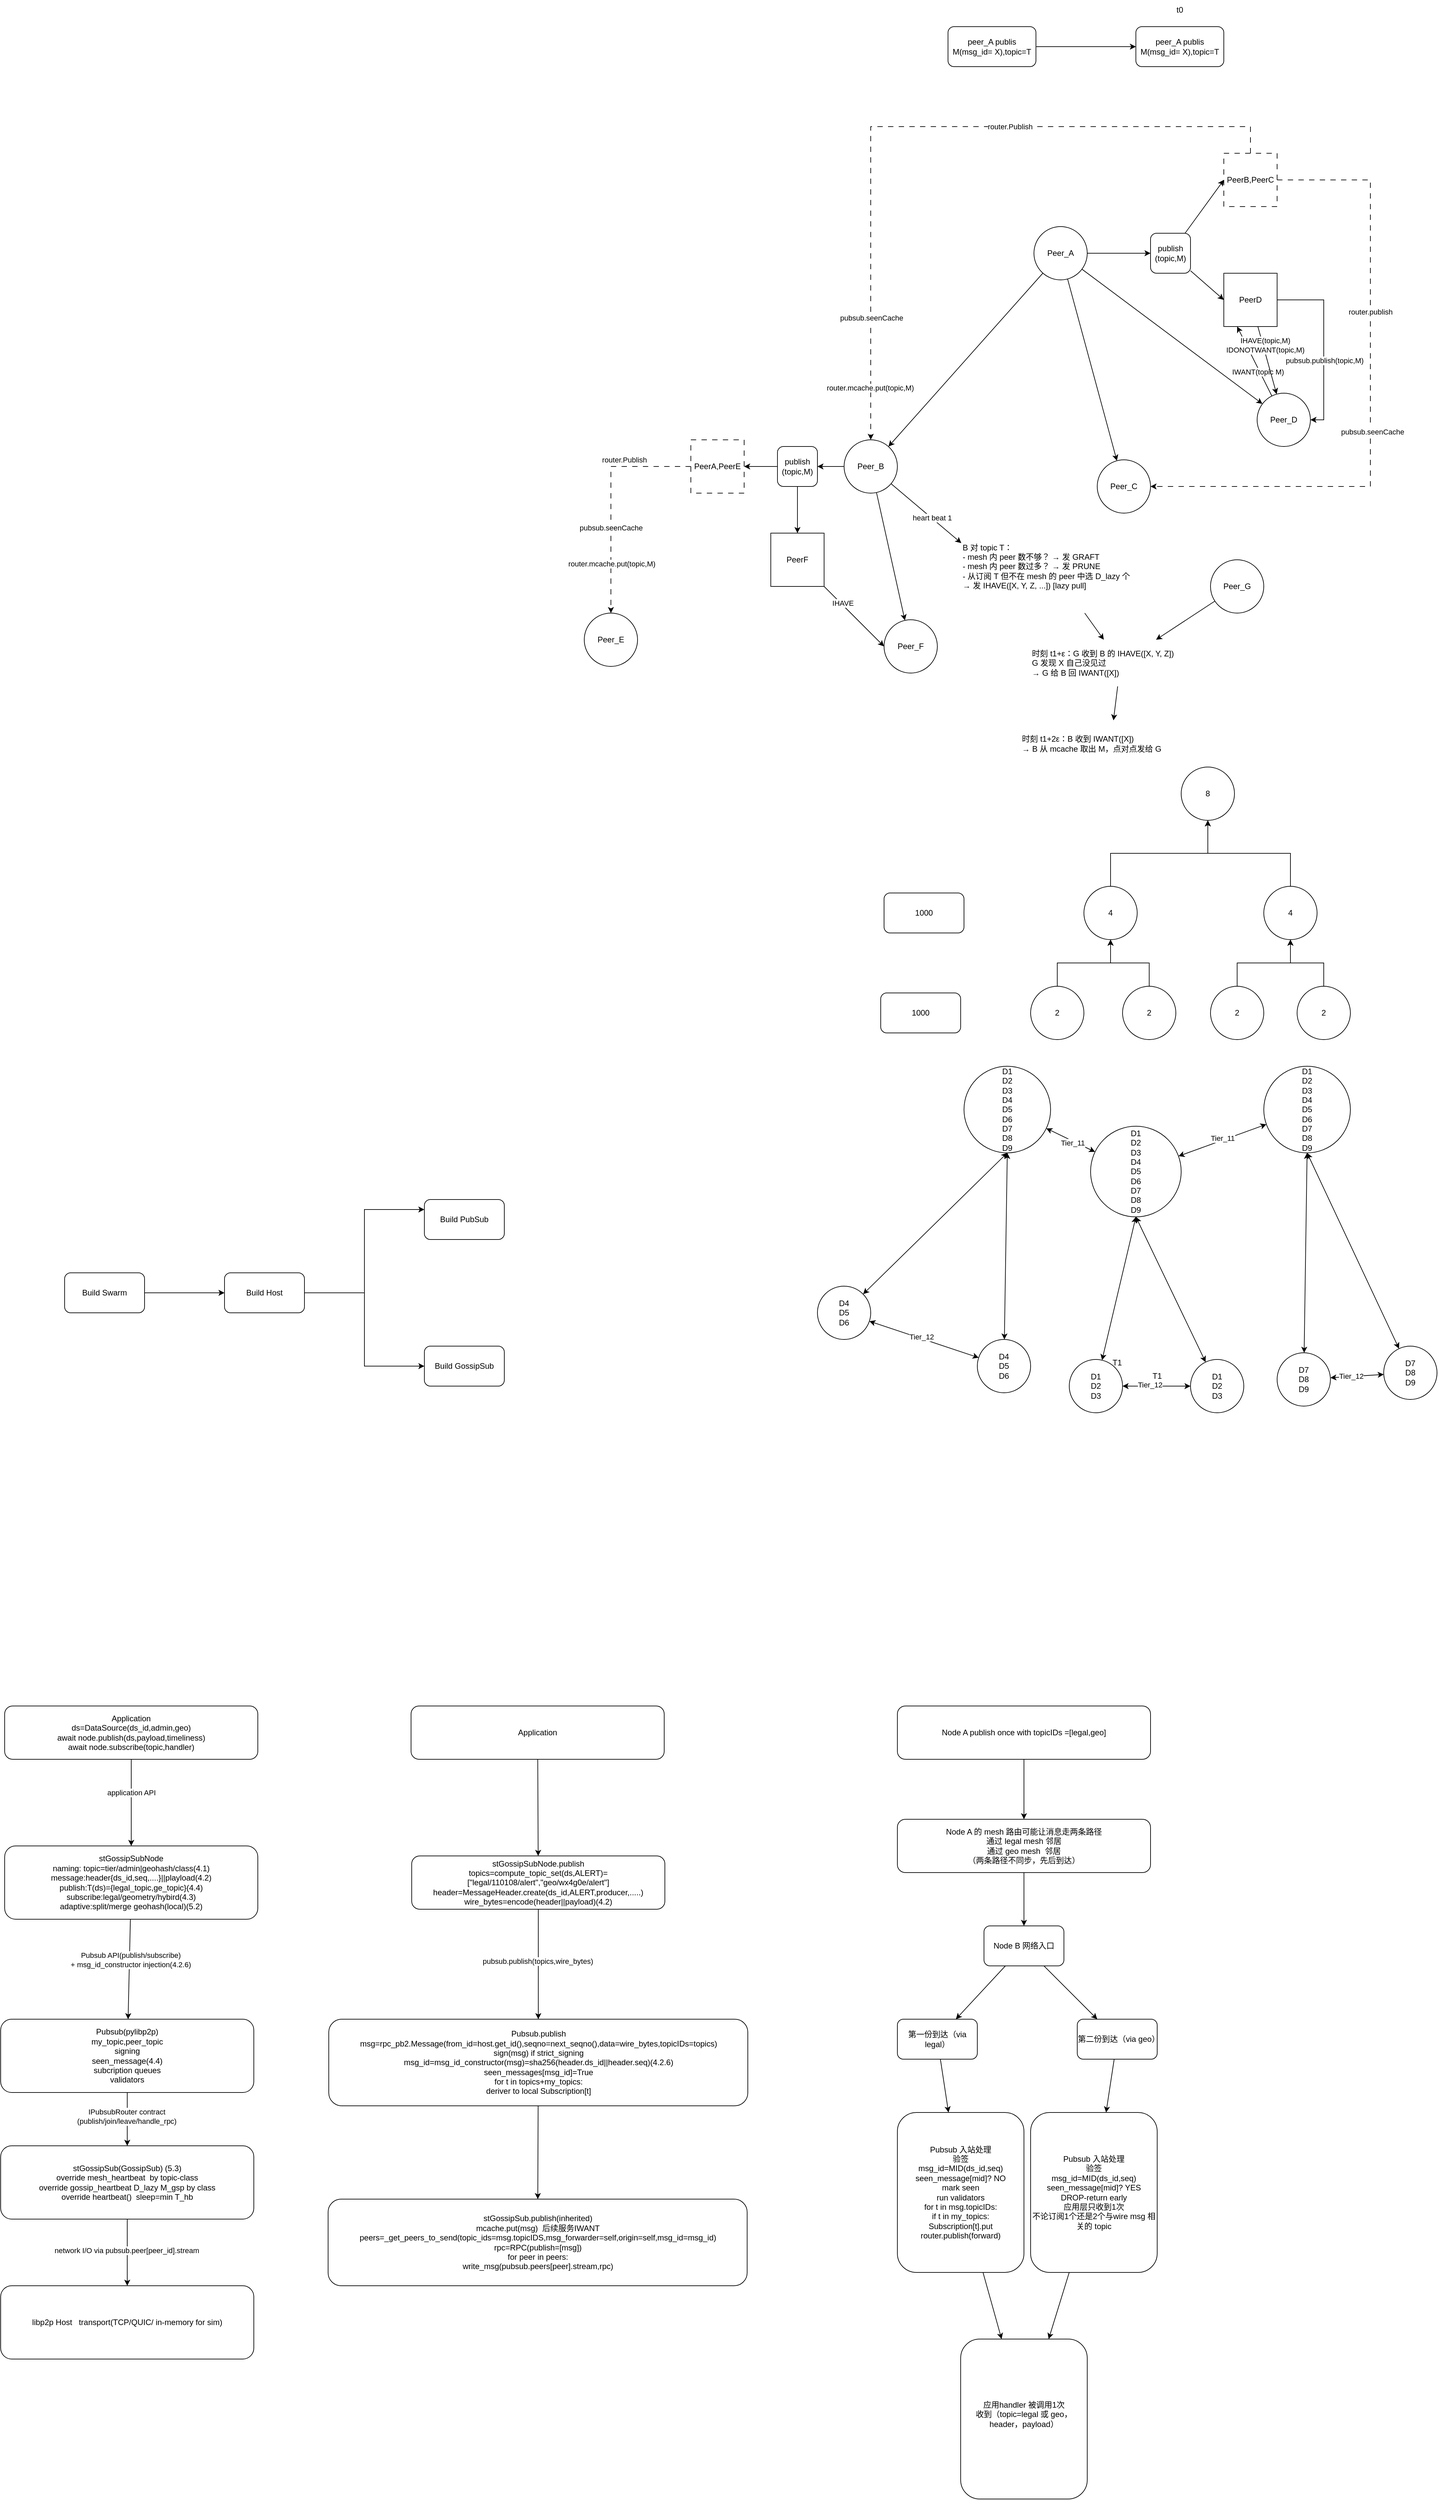
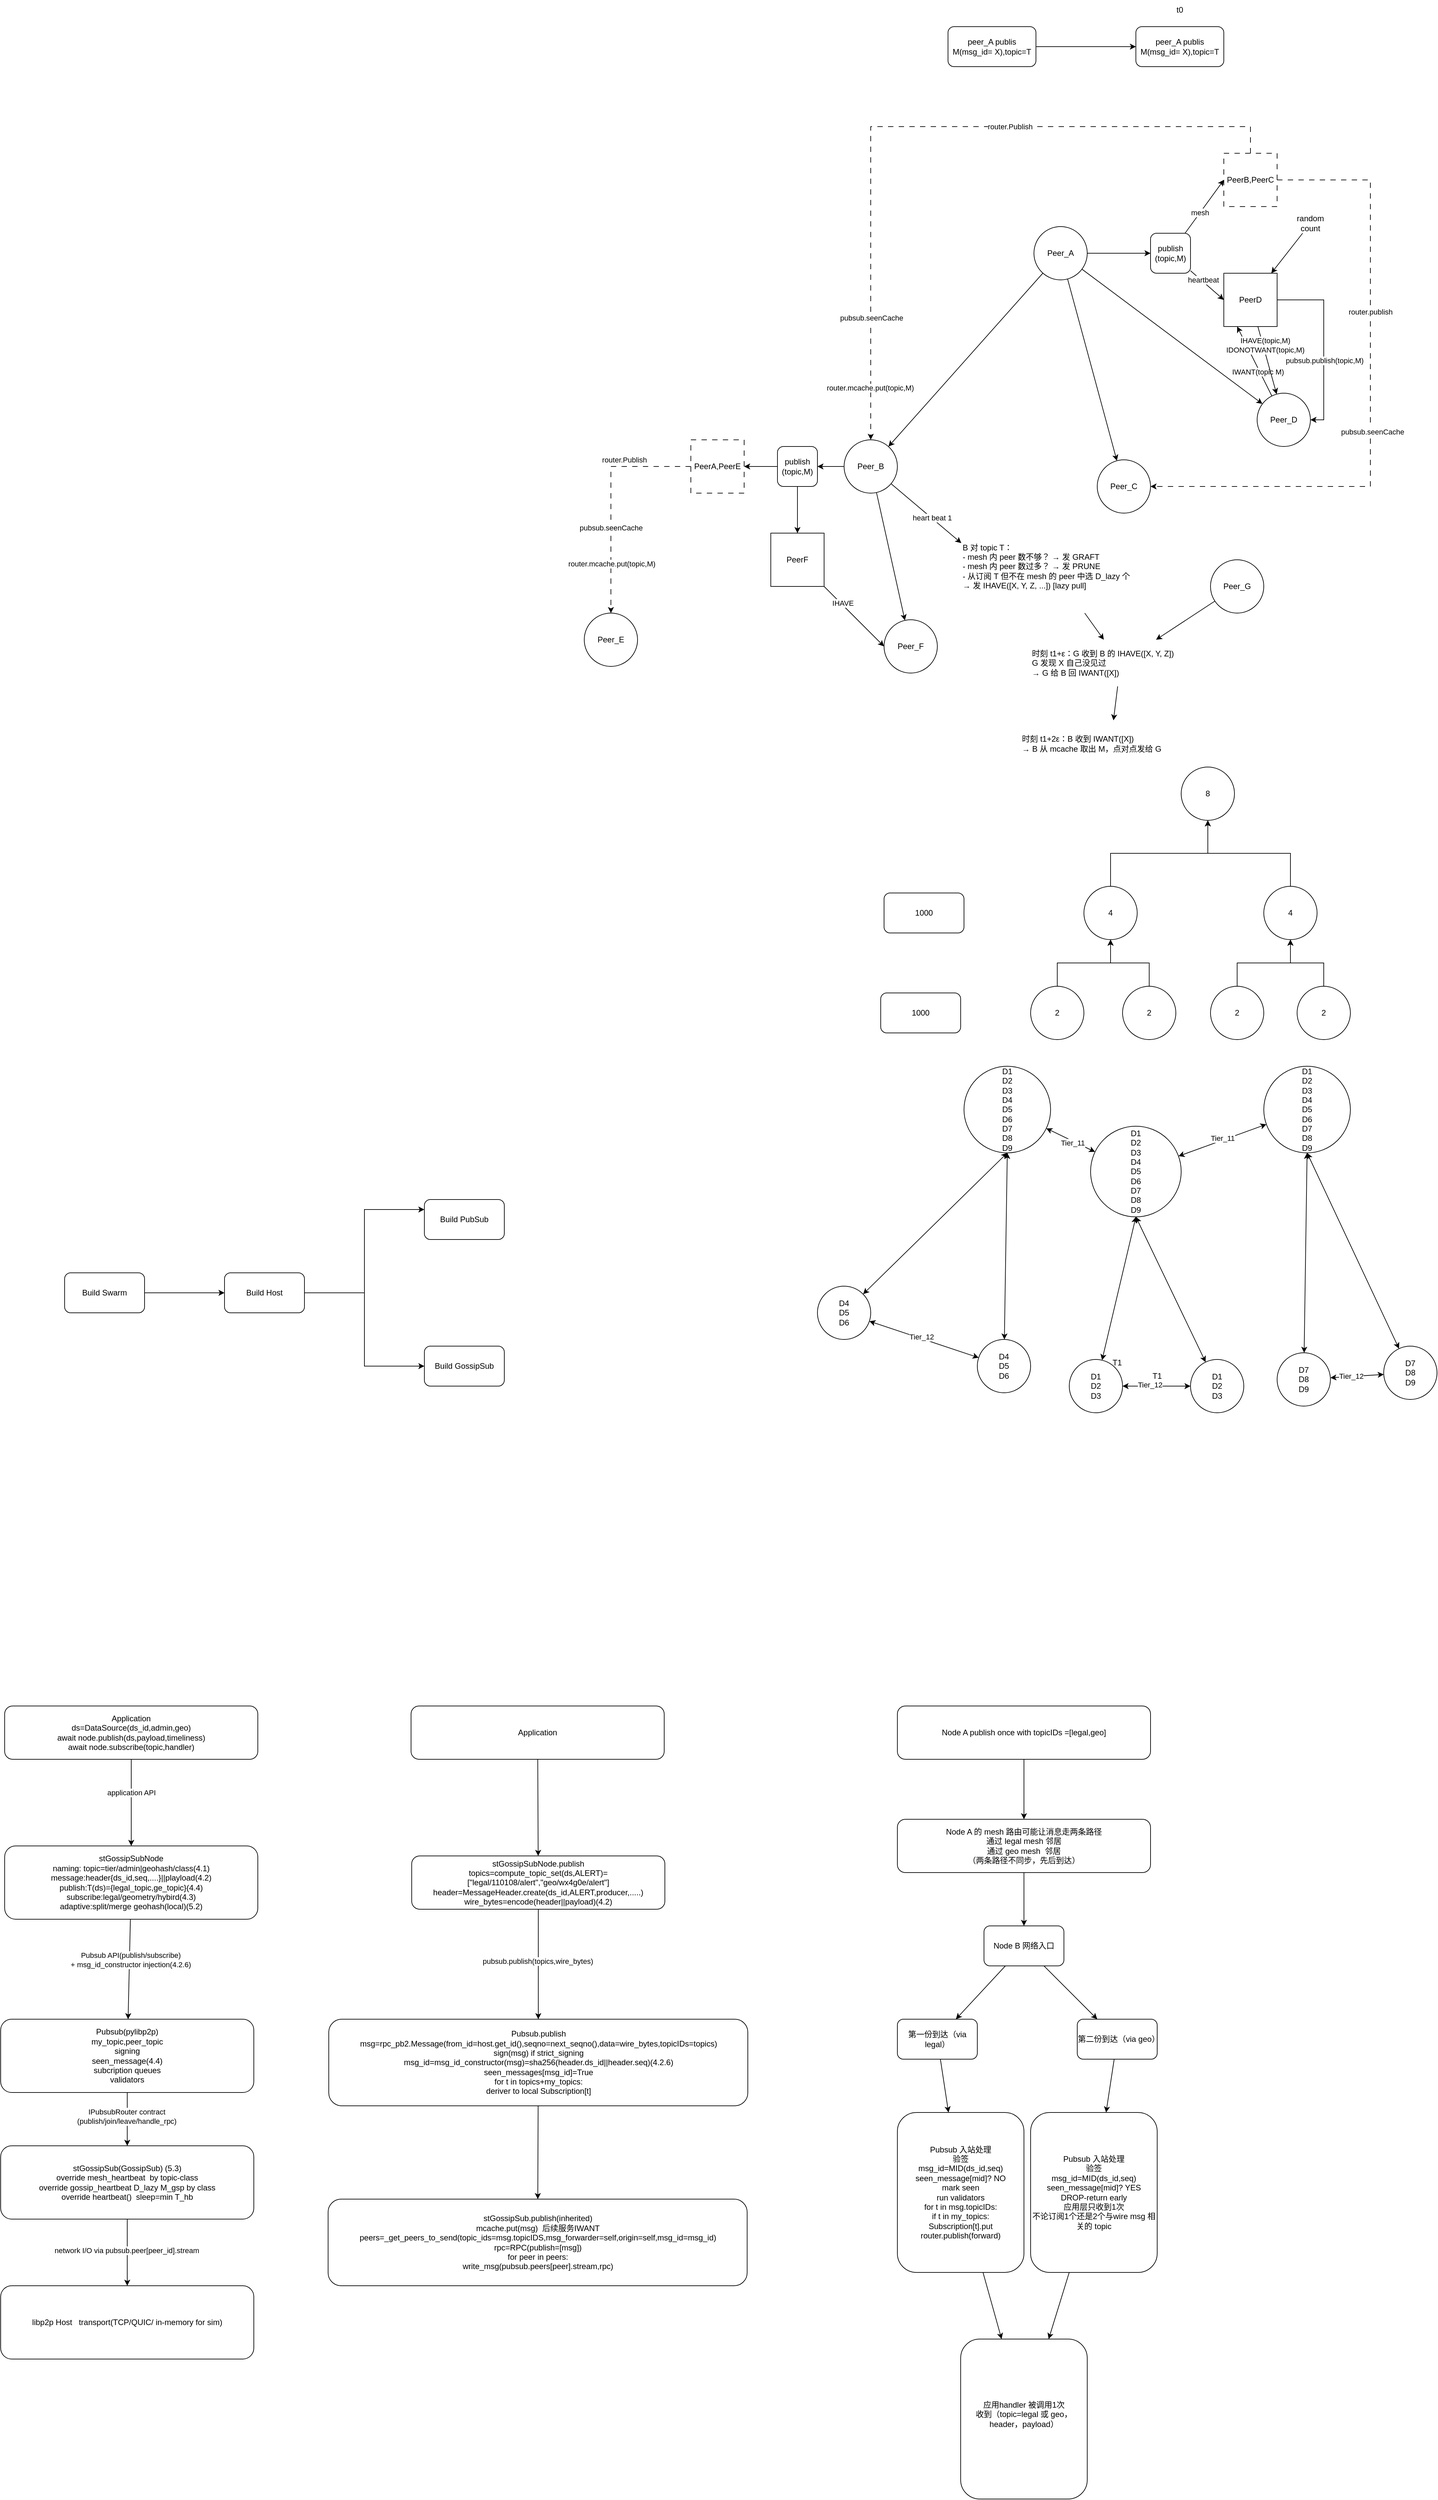
<mxfile host="app.diagrams.net">
  <diagram name="第 1 页" id="Y7FRODtDjuZDlIxHhOL5">
    <mxGraphModel dx="1768" dy="4456" grid="1" gridSize="10" guides="1" tooltips="1" connect="1" arrows="1" fold="1" page="1" pageScale="1" pageWidth="827" pageHeight="1169" math="0" shadow="0">
      <root>
        <mxCell id="0" />
        <mxCell id="1" parent="0" />
        <mxCell id="Awnmc_RR4j0BMAfR5ggK-3" edge="1" parent="1" source="Awnmc_RR4j0BMAfR5ggK-1" style="rounded=0;orthogonalLoop=1;jettySize=auto;html=1;" target="Awnmc_RR4j0BMAfR5ggK-2">
          <mxGeometry relative="1" as="geometry" />
        </mxCell>
        <mxCell id="Awnmc_RR4j0BMAfR5ggK-4" connectable="0" parent="Awnmc_RR4j0BMAfR5ggK-3" style="edgeLabel;html=1;align=center;verticalAlign=middle;resizable=0;points=[];" value="application API" vertex="1">
          <mxGeometry relative="1" x="-0.2308" as="geometry">
            <mxPoint as="offset" />
          </mxGeometry>
        </mxCell>
        <mxCell id="Awnmc_RR4j0BMAfR5ggK-1" parent="1" style="rounded=1;whiteSpace=wrap;html=1;" value="&lt;div&gt;Application&lt;/div&gt;&lt;div&gt;ds=DataSource(ds_id,admin,geo)&lt;/div&gt;&lt;div&gt;await node.publish(ds,payload,timeliness)&lt;/div&gt;&lt;div&gt;await node.subscribe(topic,handler)&lt;/div&gt;" vertex="1">
          <mxGeometry height="80" width="380" x="230" y="160" as="geometry" />
        </mxCell>
        <mxCell id="Awnmc_RR4j0BMAfR5ggK-6" edge="1" parent="1" source="Awnmc_RR4j0BMAfR5ggK-2" style="rounded=0;orthogonalLoop=1;jettySize=auto;html=1;" target="Awnmc_RR4j0BMAfR5ggK-5">
          <mxGeometry relative="1" as="geometry" />
        </mxCell>
        <mxCell id="Awnmc_RR4j0BMAfR5ggK-7" connectable="0" parent="Awnmc_RR4j0BMAfR5ggK-6" style="edgeLabel;html=1;align=center;verticalAlign=middle;resizable=0;points=[];" value="Pubsub API(publish/subscribe)&lt;br&gt;+ msg_id_constructor injection(4.2.6)" vertex="1">
          <mxGeometry relative="1" x="-0.1875" y="1" as="geometry">
            <mxPoint as="offset" />
          </mxGeometry>
        </mxCell>
        <mxCell id="Awnmc_RR4j0BMAfR5ggK-2" parent="1" style="rounded=1;whiteSpace=wrap;html=1;" value="&lt;div&gt;stGossipSubNode&lt;/div&gt;&lt;div&gt;naming: topic=tier/admin|geohash/class(4.1)&lt;br&gt;message:header{ds_id,seq,....}||playload(4.2)&lt;/div&gt;&lt;div&gt;publish:T(ds)={legal_topic,ge_topic}(4.4)&lt;br&gt;subscribe:legal/geometry/hybird(4.3)&lt;br&gt;adaptive:split/merge geohash(local)(5.2)&lt;/div&gt;" vertex="1">
          <mxGeometry height="110" width="380" x="230" y="370" as="geometry" />
        </mxCell>
        <mxCell id="Awnmc_RR4j0BMAfR5ggK-9" edge="1" parent="1" source="Awnmc_RR4j0BMAfR5ggK-5" style="edgeStyle=orthogonalEdgeStyle;rounded=0;orthogonalLoop=1;jettySize=auto;html=1;" target="Awnmc_RR4j0BMAfR5ggK-8">
          <mxGeometry relative="1" as="geometry" />
        </mxCell>
        <mxCell id="Awnmc_RR4j0BMAfR5ggK-10" connectable="0" parent="Awnmc_RR4j0BMAfR5ggK-9" style="edgeLabel;html=1;align=center;verticalAlign=middle;resizable=0;points=[];" value="IPubsubRouter contract&lt;br&gt;(publish/join/leave/handle_rpc)" vertex="1">
          <mxGeometry relative="1" x="-0.1" y="-1" as="geometry">
            <mxPoint as="offset" />
          </mxGeometry>
        </mxCell>
        <mxCell id="Awnmc_RR4j0BMAfR5ggK-5" parent="1" style="rounded=1;whiteSpace=wrap;html=1;" value="Pubsub(pylibp2p)&lt;br&gt;my_topic,peer_topic&lt;br&gt;signing&lt;br&gt;seen_message(4.4)&lt;br&gt;subcription queues&lt;br&gt;validators" vertex="1">
          <mxGeometry height="110" width="380" x="224" y="630" as="geometry" />
        </mxCell>
        <mxCell id="Awnmc_RR4j0BMAfR5ggK-12" edge="1" parent="1" source="Awnmc_RR4j0BMAfR5ggK-8" style="rounded=0;orthogonalLoop=1;jettySize=auto;html=1;" target="Awnmc_RR4j0BMAfR5ggK-11">
          <mxGeometry relative="1" as="geometry" />
        </mxCell>
        <mxCell id="Awnmc_RR4j0BMAfR5ggK-13" connectable="0" parent="Awnmc_RR4j0BMAfR5ggK-12" style="edgeLabel;html=1;align=center;verticalAlign=middle;resizable=0;points=[];" value="network I/O via pubsub.peer[peer_id].stream" vertex="1">
          <mxGeometry relative="1" x="-0.06" y="-1" as="geometry">
            <mxPoint as="offset" />
          </mxGeometry>
        </mxCell>
        <mxCell id="Awnmc_RR4j0BMAfR5ggK-8" parent="1" style="rounded=1;whiteSpace=wrap;html=1;" value="stGossipSub(GossipSub) (5.3)&lt;br&gt;override mesh_heartbeat&amp;nbsp; by topic-class&lt;br&gt;override gossip_heartbeat D_lazy M_gsp by class&lt;br&gt;override heartbeat()&amp;nbsp; sleep=min T_hb" vertex="1">
          <mxGeometry height="110" width="380" x="224" y="820" as="geometry" />
        </mxCell>
        <mxCell id="Awnmc_RR4j0BMAfR5ggK-11" parent="1" style="rounded=1;whiteSpace=wrap;html=1;" value="libp2p Host&amp;nbsp; &amp;nbsp;transport(TCP/QUIC/ in-memory for sim)" vertex="1">
          <mxGeometry height="110" width="380" x="224" y="1030" as="geometry" />
        </mxCell>
        <mxCell id="2yh1J4c5jMMJHeaXtM_8-4" edge="1" parent="1" source="2yh1J4c5jMMJHeaXtM_8-2" style="rounded=0;orthogonalLoop=1;jettySize=auto;html=1;" target="2yh1J4c5jMMJHeaXtM_8-3">
          <mxGeometry relative="1" as="geometry" />
        </mxCell>
        <mxCell id="2yh1J4c5jMMJHeaXtM_8-2" parent="1" style="rounded=1;whiteSpace=wrap;html=1;" value="&lt;div&gt;Application&lt;/div&gt;" vertex="1">
          <mxGeometry height="80" width="380" x="840" y="160" as="geometry" />
        </mxCell>
        <mxCell id="2yh1J4c5jMMJHeaXtM_8-6" edge="1" parent="1" source="2yh1J4c5jMMJHeaXtM_8-3" style="rounded=0;orthogonalLoop=1;jettySize=auto;html=1;" target="2yh1J4c5jMMJHeaXtM_8-5">
          <mxGeometry relative="1" as="geometry" />
        </mxCell>
        <mxCell id="2yh1J4c5jMMJHeaXtM_8-7" connectable="0" parent="2yh1J4c5jMMJHeaXtM_8-6" style="edgeLabel;html=1;align=center;verticalAlign=middle;resizable=0;points=[];" value="pubsub.publish(topics,wire_bytes)" vertex="1">
          <mxGeometry relative="1" x="-0.0533" y="-1" as="geometry">
            <mxPoint as="offset" />
          </mxGeometry>
        </mxCell>
        <mxCell id="2yh1J4c5jMMJHeaXtM_8-3" parent="1" style="rounded=1;whiteSpace=wrap;html=1;" value="stGossipSubNode.publish&lt;br&gt;topics=compute_topic_set(ds,ALERT)=[&quot;legal/110108/alert&quot;,&quot;geo/wx4g0e/alert&quot;]&lt;br&gt;header=MessageHeader.create(ds_id,ALERT,producer,.....)&lt;br&gt;wire_bytes=encode(header||payload)(4.2)" vertex="1">
          <mxGeometry height="80" width="380" x="841" y="385" as="geometry" />
        </mxCell>
        <mxCell id="2yh1J4c5jMMJHeaXtM_8-9" edge="1" parent="1" source="2yh1J4c5jMMJHeaXtM_8-5" style="rounded=0;orthogonalLoop=1;jettySize=auto;html=1;" target="2yh1J4c5jMMJHeaXtM_8-8">
          <mxGeometry relative="1" as="geometry" />
        </mxCell>
        <mxCell id="2yh1J4c5jMMJHeaXtM_8-5" parent="1" style="rounded=1;whiteSpace=wrap;html=1;" value="Pubsub.publish&lt;br&gt;msg=rpc_pb2.Message(from_id=host.get_id(),seqno=next_seqno(),data=wire_bytes,topicIDs=topics)&lt;br&gt;sign(msg) if strict_signing&lt;br&gt;msg_id=msg_id_constructor(msg)=sha256(header.ds_id||header.seq)(4.2.6)&lt;br&gt;seen_messages[msg_id]=True&lt;br&gt;&lt;div&gt;for t in topics+my_topics:&lt;/div&gt;&lt;div&gt;deriver to local Subscription[t]&lt;/div&gt;" vertex="1">
          <mxGeometry height="130" width="629" x="716.5" y="630" as="geometry" />
        </mxCell>
        <mxCell id="2yh1J4c5jMMJHeaXtM_8-8" parent="1" style="rounded=1;whiteSpace=wrap;html=1;" value="stGossipSub.publish(inherited)&lt;br&gt;mcache.put(msg)&amp;nbsp; 后续服务IWANT&lt;br&gt;peers=_get_peers_to_send(topic_ids=msg.topicIDS,msg_forwarder=self,origin=self,msg_id=msg_id)&lt;br&gt;rpc=RPC(publish=[msg])&lt;br&gt;&lt;div&gt;for peer in peers:&lt;/div&gt;&lt;div&gt;write_msg(pubsub.peers[peer].stream,rpc)&lt;/div&gt;" vertex="1">
          <mxGeometry height="130" width="629" x="715.5" y="900" as="geometry" />
        </mxCell>
        <mxCell id="2yh1J4c5jMMJHeaXtM_8-12" edge="1" parent="1" source="2yh1J4c5jMMJHeaXtM_8-10" style="edgeStyle=orthogonalEdgeStyle;rounded=0;orthogonalLoop=1;jettySize=auto;html=1;" target="2yh1J4c5jMMJHeaXtM_8-11">
          <mxGeometry relative="1" as="geometry" />
        </mxCell>
        <mxCell id="2yh1J4c5jMMJHeaXtM_8-10" parent="1" style="rounded=1;whiteSpace=wrap;html=1;" value="Node A publish once with topicIDs =[legal,geo]" vertex="1">
          <mxGeometry height="80" width="380" x="1570" y="160" as="geometry" />
        </mxCell>
        <mxCell id="2yh1J4c5jMMJHeaXtM_8-15" edge="1" parent="1" source="2yh1J4c5jMMJHeaXtM_8-11" style="rounded=0;orthogonalLoop=1;jettySize=auto;html=1;" target="2yh1J4c5jMMJHeaXtM_8-13">
          <mxGeometry relative="1" as="geometry" />
        </mxCell>
        <mxCell id="2yh1J4c5jMMJHeaXtM_8-11" parent="1" style="rounded=1;whiteSpace=wrap;html=1;" value="Node A 的 mesh 路由可能让消息走两条路径&lt;br&gt;通过 legal mesh 邻居&lt;br&gt;通过 geo mesh&amp;nbsp; 邻居&lt;br&gt;（两条路径不同步，先后到达）" vertex="1">
          <mxGeometry height="80" width="380" x="1570" y="330" as="geometry" />
        </mxCell>
        <mxCell id="2yh1J4c5jMMJHeaXtM_8-18" edge="1" parent="1" source="2yh1J4c5jMMJHeaXtM_8-13" style="rounded=0;orthogonalLoop=1;jettySize=auto;html=1;" target="2yh1J4c5jMMJHeaXtM_8-16">
          <mxGeometry relative="1" as="geometry" />
        </mxCell>
        <mxCell id="2yh1J4c5jMMJHeaXtM_8-19" edge="1" parent="1" source="2yh1J4c5jMMJHeaXtM_8-13" style="rounded=0;orthogonalLoop=1;jettySize=auto;html=1;" target="2yh1J4c5jMMJHeaXtM_8-17">
          <mxGeometry relative="1" as="geometry" />
        </mxCell>
        <mxCell id="2yh1J4c5jMMJHeaXtM_8-13" parent="1" style="rounded=1;whiteSpace=wrap;html=1;" value="Node B 网络入口" vertex="1">
          <mxGeometry height="60" width="120" x="1700" y="490" as="geometry" />
        </mxCell>
        <mxCell id="2yh1J4c5jMMJHeaXtM_8-21" edge="1" parent="1" source="2yh1J4c5jMMJHeaXtM_8-16" style="rounded=0;orthogonalLoop=1;jettySize=auto;html=1;" target="2yh1J4c5jMMJHeaXtM_8-20">
          <mxGeometry relative="1" as="geometry" />
        </mxCell>
        <mxCell id="2yh1J4c5jMMJHeaXtM_8-16" parent="1" style="rounded=1;whiteSpace=wrap;html=1;" value="第一份到达（via legal）" vertex="1">
          <mxGeometry height="60" width="120" x="1570" y="630" as="geometry" />
        </mxCell>
        <mxCell id="2yh1J4c5jMMJHeaXtM_8-23" edge="1" parent="1" source="2yh1J4c5jMMJHeaXtM_8-17" style="rounded=0;orthogonalLoop=1;jettySize=auto;html=1;" target="2yh1J4c5jMMJHeaXtM_8-22">
          <mxGeometry relative="1" as="geometry" />
        </mxCell>
        <mxCell id="2yh1J4c5jMMJHeaXtM_8-17" parent="1" style="rounded=1;whiteSpace=wrap;html=1;" value="第二份到达（via geo）" vertex="1">
          <mxGeometry height="60" width="120" x="1840" y="630" as="geometry" />
        </mxCell>
        <mxCell id="2yh1J4c5jMMJHeaXtM_8-25" edge="1" parent="1" source="2yh1J4c5jMMJHeaXtM_8-20" style="rounded=0;orthogonalLoop=1;jettySize=auto;html=1;" target="2yh1J4c5jMMJHeaXtM_8-24">
          <mxGeometry relative="1" as="geometry" />
        </mxCell>
        <mxCell id="2yh1J4c5jMMJHeaXtM_8-20" parent="1" style="rounded=1;whiteSpace=wrap;html=1;" value="Pubsub 入站处理&lt;br&gt;验签&lt;br&gt;msg_id=MID(ds_id,seq)&lt;br&gt;seen_message[mid]? NO&lt;br&gt;mark seen&lt;br&gt;run validators&lt;br&gt;&lt;div&gt;for t in msg.topicIDs:&lt;/div&gt;&lt;div&gt;if t in my_topics:&lt;/div&gt;&lt;div&gt;Subscription[t].put&lt;br&gt;router.publish(forward)&lt;/div&gt;" vertex="1">
          <mxGeometry height="240" width="190" x="1570" y="770" as="geometry" />
        </mxCell>
        <mxCell id="2yh1J4c5jMMJHeaXtM_8-26" edge="1" parent="1" source="2yh1J4c5jMMJHeaXtM_8-22" style="rounded=0;orthogonalLoop=1;jettySize=auto;html=1;" target="2yh1J4c5jMMJHeaXtM_8-24">
          <mxGeometry relative="1" as="geometry" />
        </mxCell>
        <mxCell id="2yh1J4c5jMMJHeaXtM_8-22" parent="1" style="rounded=1;whiteSpace=wrap;html=1;" value="Pubsub 入站处理&lt;br&gt;验签&lt;br&gt;msg_id=MID(ds_id,seq)&lt;br&gt;&lt;div&gt;seen_message[mid]? YES&lt;/div&gt;DROP-return early&lt;br&gt;应用层只收到1次&lt;br&gt;不论订阅1个还是2个与wire msg 相关的 topic" vertex="1">
          <mxGeometry height="240" width="190" x="1770" y="770" as="geometry" />
        </mxCell>
        <mxCell id="2yh1J4c5jMMJHeaXtM_8-24" parent="1" style="rounded=1;whiteSpace=wrap;html=1;" value="应用handler 被调用1次&lt;br&gt;收到（topic=legal 或 geo，header，payload）&lt;div&gt;&lt;br/&gt;&lt;/div&gt;" vertex="1">
          <mxGeometry height="240" width="190" x="1665" y="1110" as="geometry" />
        </mxCell>
        <mxCell id="0nZeBFnhmh2lzN9kRy4G-3" edge="1" parent="1" source="0nZeBFnhmh2lzN9kRy4G-1" style="edgeStyle=orthogonalEdgeStyle;rounded=0;orthogonalLoop=1;jettySize=auto;html=1;" target="0nZeBFnhmh2lzN9kRy4G-2">
          <mxGeometry relative="1" as="geometry" />
        </mxCell>
        <mxCell id="0nZeBFnhmh2lzN9kRy4G-1" parent="1" style="rounded=1;whiteSpace=wrap;html=1;" value="&lt;div&gt;Build Swarm&lt;/div&gt;" vertex="1">
          <mxGeometry height="60" width="120" x="320" y="-490" as="geometry" />
        </mxCell>
        <mxCell id="0nZeBFnhmh2lzN9kRy4G-6" edge="1" parent="1" source="0nZeBFnhmh2lzN9kRy4G-2" style="edgeStyle=orthogonalEdgeStyle;rounded=0;orthogonalLoop=1;jettySize=auto;html=1;entryX=0;entryY=0.25;entryDx=0;entryDy=0;" target="0nZeBFnhmh2lzN9kRy4G-4">
          <mxGeometry relative="1" as="geometry" />
        </mxCell>
        <mxCell id="0nZeBFnhmh2lzN9kRy4G-7" edge="1" parent="1" source="0nZeBFnhmh2lzN9kRy4G-2" style="edgeStyle=orthogonalEdgeStyle;rounded=0;orthogonalLoop=1;jettySize=auto;html=1;entryX=0;entryY=0.5;entryDx=0;entryDy=0;" target="0nZeBFnhmh2lzN9kRy4G-5">
          <mxGeometry relative="1" as="geometry" />
        </mxCell>
        <mxCell id="0nZeBFnhmh2lzN9kRy4G-2" parent="1" style="rounded=1;whiteSpace=wrap;html=1;" value="&lt;div&gt;Build Host&lt;/div&gt;" vertex="1">
          <mxGeometry height="60" width="120" x="560" y="-490" as="geometry" />
        </mxCell>
        <mxCell id="0nZeBFnhmh2lzN9kRy4G-4" parent="1" style="rounded=1;whiteSpace=wrap;html=1;" value="Build PubSub" vertex="1">
          <mxGeometry height="60" width="120" x="860" y="-600" as="geometry" />
        </mxCell>
        <mxCell id="0nZeBFnhmh2lzN9kRy4G-5" parent="1" style="rounded=1;whiteSpace=wrap;html=1;" value="Build GossipSub" vertex="1">
          <mxGeometry height="60" width="120" x="860" y="-380" as="geometry" />
        </mxCell>
        <mxCell id="9GGF2aMmn3-psWDLey7v-12" edge="1" parent="1" source="9GGF2aMmn3-psWDLey7v-10" style="rounded=0;orthogonalLoop=1;jettySize=auto;html=1;startArrow=classic;startFill=1;" target="9GGF2aMmn3-psWDLey7v-11">
          <mxGeometry relative="1" as="geometry" />
        </mxCell>
        <mxCell id="9GGF2aMmn3-psWDLey7v-26" connectable="0" parent="9GGF2aMmn3-psWDLey7v-12" style="edgeLabel;html=1;align=center;verticalAlign=middle;resizable=0;points=[];" value="Tier_12" vertex="1">
          <mxGeometry relative="1" x="-0.2026" y="2" as="geometry">
            <mxPoint as="offset" />
          </mxGeometry>
        </mxCell>
        <mxCell id="9GGF2aMmn3-psWDLey7v-8" parent="1" style="text;html=1;whiteSpace=wrap;strokeColor=none;fillColor=none;align=center;verticalAlign=middle;rounded=0;" value="&lt;div&gt;T1&lt;/div&gt;" vertex="1">
          <mxGeometry height="30" width="60" x="1870" y="-370" as="geometry" />
        </mxCell>
        <mxCell id="9GGF2aMmn3-psWDLey7v-10" parent="1" style="ellipse;whiteSpace=wrap;html=1;aspect=fixed;" value="&lt;div&gt;D1&lt;/div&gt;&lt;div&gt;D2&lt;/div&gt;&lt;div&gt;D3&lt;/div&gt;" vertex="1">
          <mxGeometry height="80" width="80" x="1828" y="-360" as="geometry" />
        </mxCell>
        <mxCell id="9GGF2aMmn3-psWDLey7v-9" parent="1" style="text;html=1;whiteSpace=wrap;strokeColor=none;fillColor=none;align=center;verticalAlign=middle;rounded=0;" value="&lt;div&gt;T1&lt;/div&gt;" vertex="1">
          <mxGeometry height="30" width="60" x="1930" y="-350" as="geometry" />
        </mxCell>
        <mxCell id="9GGF2aMmn3-psWDLey7v-11" parent="1" style="ellipse;whiteSpace=wrap;html=1;aspect=fixed;" value="&lt;div&gt;D1&lt;/div&gt;&lt;div&gt;D2&lt;/div&gt;&lt;div&gt;D3&lt;/div&gt;" vertex="1">
          <mxGeometry height="80" width="80" x="2010" y="-360" as="geometry" />
        </mxCell>
        <mxCell id="9GGF2aMmn3-psWDLey7v-15" edge="1" parent="1" source="9GGF2aMmn3-psWDLey7v-13" style="rounded=0;orthogonalLoop=1;jettySize=auto;html=1;startArrow=classic;startFill=1;" target="9GGF2aMmn3-psWDLey7v-14">
          <mxGeometry relative="1" as="geometry" />
        </mxCell>
        <mxCell id="9GGF2aMmn3-psWDLey7v-25" connectable="0" parent="9GGF2aMmn3-psWDLey7v-15" style="edgeLabel;html=1;align=center;verticalAlign=middle;resizable=0;points=[];" value="Tier_12" vertex="1">
          <mxGeometry relative="1" x="-0.0552" y="3" as="geometry">
            <mxPoint as="offset" />
          </mxGeometry>
        </mxCell>
        <mxCell id="9GGF2aMmn3-psWDLey7v-17" edge="1" parent="1" source="9GGF2aMmn3-psWDLey7v-13" style="rounded=0;orthogonalLoop=1;jettySize=auto;html=1;entryX=0.5;entryY=1;entryDx=0;entryDy=0;startArrow=classic;startFill=1;" target="9GGF2aMmn3-psWDLey7v-23">
          <mxGeometry relative="1" as="geometry" />
        </mxCell>
        <mxCell id="9GGF2aMmn3-psWDLey7v-13" parent="1" style="ellipse;whiteSpace=wrap;html=1;aspect=fixed;" value="&lt;div&gt;D4&lt;/div&gt;&lt;div&gt;D5&lt;/div&gt;&lt;div&gt;D6&lt;/div&gt;" vertex="1">
          <mxGeometry height="80" width="80" x="1450" y="-470" as="geometry" />
        </mxCell>
        <mxCell id="9GGF2aMmn3-psWDLey7v-14" parent="1" style="ellipse;whiteSpace=wrap;html=1;aspect=fixed;" value="&lt;div&gt;D4&lt;/div&gt;&lt;div&gt;D5&lt;/div&gt;&lt;div&gt;D6&lt;/div&gt;" vertex="1">
          <mxGeometry height="80" width="80" x="1690" y="-390" as="geometry" />
        </mxCell>
        <mxCell id="9GGF2aMmn3-psWDLey7v-18" edge="1" parent="1" source="9GGF2aMmn3-psWDLey7v-23" style="rounded=0;orthogonalLoop=1;jettySize=auto;html=1;startArrow=classic;startFill=1;exitX=0.5;exitY=1;exitDx=0;exitDy=0;" target="9GGF2aMmn3-psWDLey7v-14">
          <mxGeometry relative="1" as="geometry" />
        </mxCell>
        <mxCell id="9GGF2aMmn3-psWDLey7v-19" edge="1" parent="1" source="9GGF2aMmn3-psWDLey7v-16" style="rounded=0;orthogonalLoop=1;jettySize=auto;html=1;startArrow=classic;startFill=1;exitX=0.5;exitY=1;exitDx=0;exitDy=0;" target="9GGF2aMmn3-psWDLey7v-10">
          <mxGeometry relative="1" as="geometry" />
        </mxCell>
        <mxCell id="9GGF2aMmn3-psWDLey7v-20" edge="1" parent="1" source="9GGF2aMmn3-psWDLey7v-16" style="rounded=0;orthogonalLoop=1;jettySize=auto;html=1;startArrow=classic;startFill=1;exitX=0.5;exitY=1;exitDx=0;exitDy=0;" target="9GGF2aMmn3-psWDLey7v-11">
          <mxGeometry relative="1" as="geometry" />
        </mxCell>
        <mxCell id="9GGF2aMmn3-psWDLey7v-22" edge="1" parent="1" source="9GGF2aMmn3-psWDLey7v-16" style="rounded=0;orthogonalLoop=1;jettySize=auto;html=1;startArrow=classic;startFill=1;" target="9GGF2aMmn3-psWDLey7v-21">
          <mxGeometry relative="1" as="geometry" />
        </mxCell>
        <mxCell id="9GGF2aMmn3-psWDLey7v-28" connectable="0" parent="9GGF2aMmn3-psWDLey7v-22" style="edgeLabel;html=1;align=center;verticalAlign=middle;resizable=0;points=[];" value="Tier_11" vertex="1">
          <mxGeometry relative="1" x="0.0194" y="3" as="geometry">
            <mxPoint as="offset" />
          </mxGeometry>
        </mxCell>
        <mxCell id="9GGF2aMmn3-psWDLey7v-24" edge="1" parent="1" source="9GGF2aMmn3-psWDLey7v-16" style="rounded=0;orthogonalLoop=1;jettySize=auto;html=1;startArrow=classic;startFill=1;" target="9GGF2aMmn3-psWDLey7v-23">
          <mxGeometry relative="1" as="geometry" />
        </mxCell>
        <mxCell id="9GGF2aMmn3-psWDLey7v-27" connectable="0" parent="9GGF2aMmn3-psWDLey7v-24" style="edgeLabel;html=1;align=center;verticalAlign=middle;resizable=0;points=[];" value="Tier_11" vertex="1">
          <mxGeometry relative="1" x="-0.0913" y="2" as="geometry">
            <mxPoint y="1" as="offset" />
          </mxGeometry>
        </mxCell>
        <mxCell id="9GGF2aMmn3-psWDLey7v-16" parent="1" style="ellipse;whiteSpace=wrap;html=1;aspect=fixed;" value="&lt;div&gt;D1&lt;/div&gt;&lt;div&gt;D2&lt;/div&gt;&lt;div&gt;D3&lt;/div&gt;&lt;div&gt;D4&lt;/div&gt;&lt;div&gt;D5&lt;/div&gt;&lt;div&gt;D6&lt;/div&gt;&lt;div&gt;D7&lt;/div&gt;&lt;div&gt;D8&lt;/div&gt;&lt;div&gt;D9&lt;/div&gt;" vertex="1">
          <mxGeometry height="136" width="136" x="1860" y="-710" as="geometry" />
        </mxCell>
        <mxCell id="9GGF2aMmn3-psWDLey7v-33" edge="1" parent="1" source="9GGF2aMmn3-psWDLey7v-21" style="rounded=0;orthogonalLoop=1;jettySize=auto;html=1;startArrow=classic;startFill=1;exitX=0.5;exitY=1;exitDx=0;exitDy=0;" target="9GGF2aMmn3-psWDLey7v-30">
          <mxGeometry relative="1" as="geometry" />
        </mxCell>
        <mxCell id="9GGF2aMmn3-psWDLey7v-21" parent="1" style="ellipse;whiteSpace=wrap;html=1;aspect=fixed;" value="&lt;div&gt;D1&lt;/div&gt;&lt;div&gt;D2&lt;/div&gt;&lt;div&gt;D3&lt;/div&gt;&lt;div&gt;D4&lt;/div&gt;&lt;div&gt;D5&lt;/div&gt;&lt;div&gt;D6&lt;/div&gt;&lt;div&gt;D7&lt;/div&gt;&lt;div&gt;D8&lt;/div&gt;&lt;div&gt;D9&lt;/div&gt;" vertex="1">
          <mxGeometry height="130" width="130" x="2120" y="-800" as="geometry" />
        </mxCell>
        <mxCell id="9GGF2aMmn3-psWDLey7v-23" parent="1" style="ellipse;whiteSpace=wrap;html=1;aspect=fixed;" value="&lt;div&gt;D1&lt;/div&gt;&lt;div&gt;D2&lt;/div&gt;&lt;div&gt;D3&lt;/div&gt;&lt;div&gt;D4&lt;/div&gt;&lt;div&gt;D5&lt;/div&gt;&lt;div&gt;D6&lt;/div&gt;&lt;div&gt;D7&lt;/div&gt;&lt;div&gt;D8&lt;br&gt;D9&lt;/div&gt;" vertex="1">
          <mxGeometry height="130" width="130" x="1670" y="-800" as="geometry" />
        </mxCell>
        <mxCell id="9GGF2aMmn3-psWDLey7v-31" edge="1" parent="1" source="9GGF2aMmn3-psWDLey7v-29" style="rounded=0;orthogonalLoop=1;jettySize=auto;html=1;startArrow=classic;startFill=1;" target="9GGF2aMmn3-psWDLey7v-30">
          <mxGeometry relative="1" as="geometry" />
        </mxCell>
        <mxCell id="9GGF2aMmn3-psWDLey7v-34" connectable="0" parent="9GGF2aMmn3-psWDLey7v-31" style="edgeLabel;html=1;align=center;verticalAlign=middle;resizable=0;points=[];" value="Tier_12" vertex="1">
          <mxGeometry relative="1" x="-0.2397" y="1" as="geometry">
            <mxPoint as="offset" />
          </mxGeometry>
        </mxCell>
        <mxCell id="9GGF2aMmn3-psWDLey7v-32" edge="1" parent="1" source="9GGF2aMmn3-psWDLey7v-29" style="rounded=0;orthogonalLoop=1;jettySize=auto;html=1;entryX=0.5;entryY=1;entryDx=0;entryDy=0;startArrow=classic;startFill=1;" target="9GGF2aMmn3-psWDLey7v-21">
          <mxGeometry relative="1" as="geometry" />
        </mxCell>
        <mxCell id="9GGF2aMmn3-psWDLey7v-29" parent="1" style="ellipse;whiteSpace=wrap;html=1;aspect=fixed;" value="&lt;div&gt;D7&lt;/div&gt;&lt;div&gt;D8&lt;/div&gt;&lt;div&gt;D9&lt;/div&gt;" vertex="1">
          <mxGeometry height="80" width="80" x="2140" y="-370" as="geometry" />
        </mxCell>
        <mxCell id="9GGF2aMmn3-psWDLey7v-30" parent="1" style="ellipse;whiteSpace=wrap;html=1;aspect=fixed;" value="&lt;div&gt;D7&lt;/div&gt;&lt;div&gt;D8&lt;/div&gt;&lt;div&gt;D9&lt;/div&gt;" vertex="1">
          <mxGeometry height="80" width="80" x="2300" y="-380" as="geometry" />
        </mxCell>
        <mxCell id="9GGF2aMmn3-psWDLey7v-42" edge="1" parent="1" source="9GGF2aMmn3-psWDLey7v-36" style="edgeStyle=orthogonalEdgeStyle;rounded=0;orthogonalLoop=1;jettySize=auto;html=1;entryX=0.5;entryY=1;entryDx=0;entryDy=0;" target="9GGF2aMmn3-psWDLey7v-40">
          <mxGeometry relative="1" as="geometry" />
        </mxCell>
        <mxCell id="9GGF2aMmn3-psWDLey7v-36" parent="1" style="ellipse;whiteSpace=wrap;html=1;aspect=fixed;" value="2" vertex="1">
          <mxGeometry height="80" width="80" x="1908" y="-920" as="geometry" />
        </mxCell>
        <mxCell id="9GGF2aMmn3-psWDLey7v-44" edge="1" parent="1" source="9GGF2aMmn3-psWDLey7v-37" style="edgeStyle=orthogonalEdgeStyle;rounded=0;orthogonalLoop=1;jettySize=auto;html=1;entryX=0.5;entryY=1;entryDx=0;entryDy=0;" target="9GGF2aMmn3-psWDLey7v-43">
          <mxGeometry relative="1" as="geometry" />
        </mxCell>
        <mxCell id="9GGF2aMmn3-psWDLey7v-37" parent="1" style="ellipse;whiteSpace=wrap;html=1;aspect=fixed;" value="2" vertex="1">
          <mxGeometry height="80" width="80" x="2040" y="-920" as="geometry" />
        </mxCell>
        <mxCell id="9GGF2aMmn3-psWDLey7v-45" edge="1" parent="1" source="9GGF2aMmn3-psWDLey7v-38" style="edgeStyle=orthogonalEdgeStyle;rounded=0;orthogonalLoop=1;jettySize=auto;html=1;entryX=0.5;entryY=1;entryDx=0;entryDy=0;" target="9GGF2aMmn3-psWDLey7v-43">
          <mxGeometry relative="1" as="geometry" />
        </mxCell>
        <mxCell id="9GGF2aMmn3-psWDLey7v-38" parent="1" style="ellipse;whiteSpace=wrap;html=1;aspect=fixed;" value="2" vertex="1">
          <mxGeometry height="80" width="80" x="2170" y="-920" as="geometry" />
        </mxCell>
        <mxCell id="9GGF2aMmn3-psWDLey7v-41" edge="1" parent="1" source="9GGF2aMmn3-psWDLey7v-39" style="edgeStyle=orthogonalEdgeStyle;rounded=0;orthogonalLoop=1;jettySize=auto;html=1;" target="9GGF2aMmn3-psWDLey7v-40">
          <mxGeometry relative="1" as="geometry" />
        </mxCell>
        <mxCell id="9GGF2aMmn3-psWDLey7v-39" parent="1" style="ellipse;whiteSpace=wrap;html=1;aspect=fixed;" value="2" vertex="1">
          <mxGeometry height="80" width="80" x="1770" y="-920" as="geometry" />
        </mxCell>
        <mxCell id="9GGF2aMmn3-psWDLey7v-47" edge="1" parent="1" source="9GGF2aMmn3-psWDLey7v-40" style="edgeStyle=orthogonalEdgeStyle;rounded=0;orthogonalLoop=1;jettySize=auto;html=1;entryX=0.5;entryY=1;entryDx=0;entryDy=0;exitX=0.5;exitY=0;exitDx=0;exitDy=0;" target="9GGF2aMmn3-psWDLey7v-46">
          <mxGeometry relative="1" as="geometry" />
        </mxCell>
        <mxCell id="9GGF2aMmn3-psWDLey7v-40" parent="1" style="ellipse;whiteSpace=wrap;html=1;aspect=fixed;" value="4" vertex="1">
          <mxGeometry height="80" width="80" x="1850" y="-1070" as="geometry" />
        </mxCell>
        <mxCell id="9GGF2aMmn3-psWDLey7v-48" edge="1" parent="1" source="9GGF2aMmn3-psWDLey7v-43" style="edgeStyle=orthogonalEdgeStyle;rounded=0;orthogonalLoop=1;jettySize=auto;html=1;entryX=0.5;entryY=1;entryDx=0;entryDy=0;exitX=0.5;exitY=0;exitDx=0;exitDy=0;" target="9GGF2aMmn3-psWDLey7v-46">
          <mxGeometry relative="1" as="geometry" />
        </mxCell>
        <mxCell id="9GGF2aMmn3-psWDLey7v-43" parent="1" style="ellipse;whiteSpace=wrap;html=1;aspect=fixed;" value="4" vertex="1">
          <mxGeometry height="80" width="80" x="2120" y="-1070" as="geometry" />
        </mxCell>
        <mxCell id="9GGF2aMmn3-psWDLey7v-46" parent="1" style="ellipse;whiteSpace=wrap;html=1;aspect=fixed;" value="8" vertex="1">
          <mxGeometry height="80" width="80" x="1996" y="-1249" as="geometry" />
        </mxCell>
        <mxCell id="9GGF2aMmn3-psWDLey7v-49" parent="1" style="rounded=1;whiteSpace=wrap;html=1;" value="1000" vertex="1">
          <mxGeometry height="60" width="120" x="1545" y="-910" as="geometry" />
        </mxCell>
        <mxCell id="9GGF2aMmn3-psWDLey7v-50" parent="1" style="rounded=1;whiteSpace=wrap;html=1;" value="1000" vertex="1">
          <mxGeometry height="60" width="120" x="1550" y="-1060" as="geometry" />
        </mxCell>
        <mxCell id="JNLnPToTuVG1JdSn8YhA-3" edge="1" parent="1" source="JNLnPToTuVG1JdSn8YhA-1" style="edgeStyle=orthogonalEdgeStyle;rounded=0;orthogonalLoop=1;jettySize=auto;html=1;" target="JNLnPToTuVG1JdSn8YhA-2">
          <mxGeometry relative="1" as="geometry" />
        </mxCell>
        <mxCell id="JNLnPToTuVG1JdSn8YhA-1" parent="1" style="rounded=1;whiteSpace=wrap;html=1;" value="&lt;div&gt;peer_A publis M(msg_id= X),topic=T&lt;/div&gt;" vertex="1">
          <mxGeometry height="60" width="132" x="1646" y="-2360" as="geometry" />
        </mxCell>
        <mxCell id="JNLnPToTuVG1JdSn8YhA-2" parent="1" style="rounded=1;whiteSpace=wrap;html=1;" value="&lt;div&gt;peer_A publis M(msg_id= X),topic=T&lt;/div&gt;" vertex="1">
          <mxGeometry height="60" width="132" x="1928" y="-2360" as="geometry" />
        </mxCell>
        <mxCell id="JNLnPToTuVG1JdSn8YhA-4" parent="1" style="text;html=1;whiteSpace=wrap;strokeColor=none;fillColor=none;align=center;verticalAlign=middle;rounded=0;" value="t0" vertex="1">
          <mxGeometry height="30" width="60" x="1964" y="-2400" as="geometry" />
        </mxCell>
        <mxCell id="JNLnPToTuVG1JdSn8YhA-9" edge="1" parent="1" source="JNLnPToTuVG1JdSn8YhA-5" style="rounded=0;orthogonalLoop=1;jettySize=auto;html=1;" target="JNLnPToTuVG1JdSn8YhA-6">
          <mxGeometry relative="1" as="geometry" />
        </mxCell>
        <mxCell id="JNLnPToTuVG1JdSn8YhA-10" edge="1" parent="1" source="JNLnPToTuVG1JdSn8YhA-5" style="rounded=0;orthogonalLoop=1;jettySize=auto;html=1;" target="JNLnPToTuVG1JdSn8YhA-7">
          <mxGeometry relative="1" as="geometry" />
        </mxCell>
        <mxCell id="JNLnPToTuVG1JdSn8YhA-11" edge="1" parent="1" source="JNLnPToTuVG1JdSn8YhA-5" style="rounded=0;orthogonalLoop=1;jettySize=auto;html=1;" target="JNLnPToTuVG1JdSn8YhA-8">
          <mxGeometry relative="1" as="geometry" />
        </mxCell>
        <mxCell id="aaCrJ8Uj1jCCNSU53SNK-2" edge="1" parent="1" source="JNLnPToTuVG1JdSn8YhA-5" style="rounded=0;orthogonalLoop=1;jettySize=auto;html=1;" target="aaCrJ8Uj1jCCNSU53SNK-1">
          <mxGeometry relative="1" as="geometry" />
        </mxCell>
        <mxCell id="JNLnPToTuVG1JdSn8YhA-5" parent="1" style="ellipse;whiteSpace=wrap;html=1;aspect=fixed;" value="Peer_A" vertex="1">
          <mxGeometry height="80" width="80" x="1775" y="-2060" as="geometry" />
        </mxCell>
        <mxCell id="JNLnPToTuVG1JdSn8YhA-19" edge="1" parent="1" source="JNLnPToTuVG1JdSn8YhA-6" style="rounded=0;orthogonalLoop=1;jettySize=auto;html=1;" target="JNLnPToTuVG1JdSn8YhA-17">
          <mxGeometry relative="1" as="geometry" />
        </mxCell>
        <mxCell id="JNLnPToTuVG1JdSn8YhA-32" edge="1" parent="1" source="JNLnPToTuVG1JdSn8YhA-6" style="rounded=0;orthogonalLoop=1;jettySize=auto;html=1;entryX=0;entryY=0.25;entryDx=0;entryDy=0;" target="JNLnPToTuVG1JdSn8YhA-31">
          <mxGeometry relative="1" as="geometry" />
        </mxCell>
        <mxCell id="JNLnPToTuVG1JdSn8YhA-33" connectable="0" parent="JNLnPToTuVG1JdSn8YhA-32" style="edgeLabel;html=1;align=center;verticalAlign=middle;resizable=0;points=[];" value="heart beat 1" vertex="1">
          <mxGeometry relative="1" x="0.1515" y="1" as="geometry">
            <mxPoint as="offset" />
          </mxGeometry>
        </mxCell>
        <mxCell id="aaCrJ8Uj1jCCNSU53SNK-38" edge="1" parent="1" source="JNLnPToTuVG1JdSn8YhA-6" style="rounded=0;orthogonalLoop=1;jettySize=auto;html=1;entryX=1;entryY=0.5;entryDx=0;entryDy=0;" target="aaCrJ8Uj1jCCNSU53SNK-36">
          <mxGeometry relative="1" as="geometry" />
        </mxCell>
        <mxCell id="JNLnPToTuVG1JdSn8YhA-6" parent="1" style="ellipse;whiteSpace=wrap;html=1;aspect=fixed;" value="Peer_B" vertex="1">
          <mxGeometry height="80" width="80" x="1490" y="-1740" as="geometry" />
        </mxCell>
        <mxCell id="JNLnPToTuVG1JdSn8YhA-7" parent="1" style="ellipse;whiteSpace=wrap;html=1;aspect=fixed;" value="Peer_C" vertex="1">
          <mxGeometry height="80" width="80" x="1870" y="-1710" as="geometry" />
        </mxCell>
        <mxCell id="aaCrJ8Uj1jCCNSU53SNK-18" edge="1" parent="1" source="JNLnPToTuVG1JdSn8YhA-8" style="rounded=0;orthogonalLoop=1;jettySize=auto;html=1;entryX=0.25;entryY=1;entryDx=0;entryDy=0;" target="aaCrJ8Uj1jCCNSU53SNK-14">
          <mxGeometry relative="1" as="geometry" />
        </mxCell>
        <mxCell id="aaCrJ8Uj1jCCNSU53SNK-19" connectable="0" parent="aaCrJ8Uj1jCCNSU53SNK-18" style="edgeLabel;html=1;align=center;verticalAlign=middle;resizable=0;points=[];" value="IWANT(topic M)" vertex="1">
          <mxGeometry relative="1" x="-0.2679" y="3" as="geometry">
            <mxPoint as="offset" />
          </mxGeometry>
        </mxCell>
        <mxCell id="JNLnPToTuVG1JdSn8YhA-8" parent="1" style="ellipse;whiteSpace=wrap;html=1;aspect=fixed;" value="Peer_D" vertex="1">
          <mxGeometry height="80" width="80" x="2110" y="-1810" as="geometry" />
        </mxCell>
        <mxCell id="JNLnPToTuVG1JdSn8YhA-16" parent="1" style="ellipse;whiteSpace=wrap;html=1;aspect=fixed;" value="Peer_E" vertex="1">
          <mxGeometry height="80" width="80" x="1100" y="-1480" as="geometry" />
        </mxCell>
        <mxCell id="JNLnPToTuVG1JdSn8YhA-17" parent="1" style="ellipse;whiteSpace=wrap;html=1;aspect=fixed;" value="Peer_F" vertex="1">
          <mxGeometry height="80" width="80" x="1550" y="-1470" as="geometry" />
        </mxCell>
        <mxCell id="JNLnPToTuVG1JdSn8YhA-35" edge="1" parent="1" source="JNLnPToTuVG1JdSn8YhA-31" style="rounded=0;orthogonalLoop=1;jettySize=auto;html=1;" target="JNLnPToTuVG1JdSn8YhA-34">
          <mxGeometry relative="1" as="geometry" />
        </mxCell>
        <mxCell id="JNLnPToTuVG1JdSn8YhA-31" parent="1" style="text;html=1;whiteSpace=wrap;strokeColor=none;fillColor=none;align=left;verticalAlign=middle;rounded=0;" value=" B 对 topic T：&lt;br&gt;     - mesh 内 peer 数不够？    → 发 GRAFT&lt;br&gt;     - mesh 内 peer 数过多？    → 发 PRUNE&lt;br&gt;     - 从订阅 T 但不在 mesh 的 peer 中选 D_lazy 个&lt;br&gt;       → 发 IHAVE([X, Y, Z, ...])   [lazy pull]" vertex="1">
          <mxGeometry height="140" width="270" x="1666" y="-1620" as="geometry" />
        </mxCell>
        <mxCell id="JNLnPToTuVG1JdSn8YhA-39" edge="1" parent="1" source="JNLnPToTuVG1JdSn8YhA-34" style="rounded=0;orthogonalLoop=1;jettySize=auto;html=1;" target="JNLnPToTuVG1JdSn8YhA-38">
          <mxGeometry relative="1" as="geometry" />
        </mxCell>
        <mxCell id="JNLnPToTuVG1JdSn8YhA-34" parent="1" style="text;html=1;whiteSpace=wrap;strokeColor=none;fillColor=none;align=left;verticalAlign=middle;rounded=0;" value="时刻 t1+ε：G 收到 B 的 IHAVE([X, Y, Z])&lt;br/&gt;   G 发现 X 自己没见过&lt;br/&gt;   → G 给 B 回 IWANT([X])" vertex="1">
          <mxGeometry height="70" width="270" x="1770" y="-1440" as="geometry" />
        </mxCell>
        <mxCell id="JNLnPToTuVG1JdSn8YhA-37" edge="1" parent="1" source="JNLnPToTuVG1JdSn8YhA-36" style="rounded=0;orthogonalLoop=1;jettySize=auto;html=1;" target="JNLnPToTuVG1JdSn8YhA-34">
          <mxGeometry relative="1" as="geometry" />
        </mxCell>
        <mxCell id="JNLnPToTuVG1JdSn8YhA-36" parent="1" style="ellipse;whiteSpace=wrap;html=1;aspect=fixed;" value="Peer_G" vertex="1">
          <mxGeometry height="80" width="80" x="2040" y="-1560" as="geometry" />
        </mxCell>
        <mxCell id="JNLnPToTuVG1JdSn8YhA-38" parent="1" style="text;html=1;whiteSpace=wrap;strokeColor=none;fillColor=none;align=left;verticalAlign=middle;rounded=0;" value="时刻 t1+2ε：B 收到 IWANT([X])&lt;br/&gt;   → B 从 mcache 取出 M，点对点发给 G" vertex="1">
          <mxGeometry height="70" width="270" x="1755" y="-1319" as="geometry" />
        </mxCell>
        <mxCell id="aaCrJ8Uj1jCCNSU53SNK-6" edge="1" parent="1" source="aaCrJ8Uj1jCCNSU53SNK-1" style="rounded=0;orthogonalLoop=1;jettySize=auto;html=1;entryX=0;entryY=0.5;entryDx=0;entryDy=0;" target="aaCrJ8Uj1jCCNSU53SNK-4">
          <mxGeometry relative="1" as="geometry" />
        </mxCell>
+         <mxCell id="aaCrJ8Uj1jCCNSU53SNK-41" connectable="0" parent="aaCrJ8Uj1jCCNSU53SNK-6" style="edgeLabel;html=1;align=center;verticalAlign=middle;resizable=0;points=[];" value="mesh" vertex="1">
+           <mxGeometry relative="1" x="-0.2546" as="geometry">
+             <mxPoint y="-1" as="offset" />
+           </mxGeometry>
+         </mxCell>
        <mxCell id="aaCrJ8Uj1jCCNSU53SNK-15" edge="1" parent="1" source="aaCrJ8Uj1jCCNSU53SNK-1" style="rounded=0;orthogonalLoop=1;jettySize=auto;html=1;entryX=0;entryY=0.5;entryDx=0;entryDy=0;" target="aaCrJ8Uj1jCCNSU53SNK-14">
          <mxGeometry relative="1" as="geometry" />
+         </mxCell>
+         <mxCell id="aaCrJ8Uj1jCCNSU53SNK-42" connectable="0" parent="aaCrJ8Uj1jCCNSU53SNK-15" style="edgeLabel;html=1;align=center;verticalAlign=middle;resizable=0;points=[];" value="heartbeat" vertex="1">
+           <mxGeometry relative="1" x="-0.2857" y="2" as="geometry">
+             <mxPoint as="offset" />
+           </mxGeometry>
        </mxCell>
        <mxCell id="aaCrJ8Uj1jCCNSU53SNK-1" parent="1" style="rounded=1;whiteSpace=wrap;html=1;" value="publish (topic,M)" vertex="1">
          <mxGeometry height="60" width="60" x="1950" y="-2050" as="geometry" />
        </mxCell>
        <mxCell id="aaCrJ8Uj1jCCNSU53SNK-7" edge="1" parent="1" source="aaCrJ8Uj1jCCNSU53SNK-4" style="edgeStyle=orthogonalEdgeStyle;rounded=0;orthogonalLoop=1;jettySize=auto;html=1;exitX=0.5;exitY=0;exitDx=0;exitDy=0;dashed=1;dashPattern=8 8;" target="JNLnPToTuVG1JdSn8YhA-6">
          <mxGeometry relative="1" as="geometry">
            <Array as="points">
              <mxPoint x="2100" y="-2210" />
              <mxPoint x="1530" y="-2210" />
            </Array>
          </mxGeometry>
        </mxCell>
        <mxCell id="aaCrJ8Uj1jCCNSU53SNK-11" connectable="0" parent="aaCrJ8Uj1jCCNSU53SNK-7" style="edgeLabel;html=1;align=center;verticalAlign=middle;resizable=0;points=[];" value="router.Publish" vertex="1">
          <mxGeometry relative="1" x="-0.4012" y="-3" as="geometry">
            <mxPoint x="-78" y="3" as="offset" />
          </mxGeometry>
        </mxCell>
        <mxCell id="aaCrJ8Uj1jCCNSU53SNK-23" connectable="0" parent="aaCrJ8Uj1jCCNSU53SNK-7" style="edgeLabel;html=1;align=center;verticalAlign=middle;resizable=0;points=[];" value="pubsub.seenCache" vertex="1">
          <mxGeometry relative="1" x="0.6601" y="1" as="geometry">
            <mxPoint as="offset" />
          </mxGeometry>
        </mxCell>
        <mxCell id="aaCrJ8Uj1jCCNSU53SNK-25" connectable="0" parent="aaCrJ8Uj1jCCNSU53SNK-7" style="edgeLabel;html=1;align=center;verticalAlign=middle;resizable=0;points=[];" value="router.mcache.put(topic,M)" vertex="1">
          <mxGeometry relative="1" x="0.8554" y="-1" as="geometry">
            <mxPoint as="offset" />
          </mxGeometry>
        </mxCell>
        <mxCell id="aaCrJ8Uj1jCCNSU53SNK-12" edge="1" parent="1" source="aaCrJ8Uj1jCCNSU53SNK-4" style="edgeStyle=orthogonalEdgeStyle;rounded=0;orthogonalLoop=1;jettySize=auto;html=1;entryX=1;entryY=0.5;entryDx=0;entryDy=0;exitX=1;exitY=0.5;exitDx=0;exitDy=0;dashed=1;dashPattern=8 8;" target="JNLnPToTuVG1JdSn8YhA-7">
          <mxGeometry relative="1" as="geometry">
            <Array as="points">
              <mxPoint x="2280" y="-2130" />
              <mxPoint x="2280" y="-1670" />
            </Array>
          </mxGeometry>
        </mxCell>
        <mxCell id="aaCrJ8Uj1jCCNSU53SNK-13" connectable="0" parent="aaCrJ8Uj1jCCNSU53SNK-12" style="edgeLabel;html=1;align=center;verticalAlign=middle;resizable=0;points=[];" value="router.publish" vertex="1">
          <mxGeometry relative="1" x="-0.2745" as="geometry">
            <mxPoint as="offset" />
          </mxGeometry>
        </mxCell>
        <mxCell id="aaCrJ8Uj1jCCNSU53SNK-24" connectable="0" parent="aaCrJ8Uj1jCCNSU53SNK-12" style="edgeLabel;html=1;align=center;verticalAlign=middle;resizable=0;points=[];" value="pubsub.seenCache" vertex="1">
          <mxGeometry relative="1" x="0.1126" y="3" as="geometry">
            <mxPoint as="offset" />
          </mxGeometry>
        </mxCell>
        <mxCell id="aaCrJ8Uj1jCCNSU53SNK-4" parent="1" style="whiteSpace=wrap;html=1;aspect=fixed;dashed=1;dashPattern=8 8;" value="PeerB,PeerC" vertex="1">
          <mxGeometry height="80" width="80" x="2060" y="-2170" as="geometry" />
        </mxCell>
        <mxCell id="aaCrJ8Uj1jCCNSU53SNK-16" edge="1" parent="1" source="aaCrJ8Uj1jCCNSU53SNK-14" style="rounded=0;orthogonalLoop=1;jettySize=auto;html=1;" target="JNLnPToTuVG1JdSn8YhA-8">
          <mxGeometry relative="1" as="geometry" />
        </mxCell>
        <mxCell id="aaCrJ8Uj1jCCNSU53SNK-17" connectable="0" parent="aaCrJ8Uj1jCCNSU53SNK-16" style="edgeLabel;html=1;align=center;verticalAlign=middle;resizable=0;points=[];" value="&lt;div&gt;IHAVE(topic,M)&lt;/div&gt;&lt;div&gt;IDONOTWANT(topic,M)&lt;/div&gt;" vertex="1">
          <mxGeometry relative="1" x="-0.4259" y="3" as="geometry">
            <mxPoint as="offset" />
          </mxGeometry>
        </mxCell>
        <mxCell id="aaCrJ8Uj1jCCNSU53SNK-20" edge="1" parent="1" source="aaCrJ8Uj1jCCNSU53SNK-14" style="edgeStyle=orthogonalEdgeStyle;rounded=0;orthogonalLoop=1;jettySize=auto;html=1;entryX=1;entryY=0.5;entryDx=0;entryDy=0;exitX=1;exitY=0.5;exitDx=0;exitDy=0;" target="JNLnPToTuVG1JdSn8YhA-8">
          <mxGeometry relative="1" as="geometry" />
        </mxCell>
        <mxCell id="aaCrJ8Uj1jCCNSU53SNK-21" connectable="0" parent="aaCrJ8Uj1jCCNSU53SNK-20" style="edgeLabel;html=1;align=center;verticalAlign=middle;resizable=0;points=[];" value="pubsub.publish(topic,M)" vertex="1">
          <mxGeometry relative="1" x="0.1926" y="1" as="geometry">
            <mxPoint as="offset" />
          </mxGeometry>
        </mxCell>
        <mxCell id="aaCrJ8Uj1jCCNSU53SNK-14" parent="1" style="whiteSpace=wrap;html=1;aspect=fixed;" value="&lt;div&gt;PeerD&lt;/div&gt;" vertex="1">
          <mxGeometry height="80" width="80" x="2060" y="-1990" as="geometry" />
        </mxCell>
        <mxCell id="aaCrJ8Uj1jCCNSU53SNK-28" edge="1" parent="1" source="aaCrJ8Uj1jCCNSU53SNK-26" style="edgeStyle=orthogonalEdgeStyle;rounded=0;orthogonalLoop=1;jettySize=auto;html=1;dashed=1;dashPattern=8 8;" target="JNLnPToTuVG1JdSn8YhA-16">
          <mxGeometry relative="1" as="geometry" />
        </mxCell>
        <mxCell id="aaCrJ8Uj1jCCNSU53SNK-29" connectable="0" parent="aaCrJ8Uj1jCCNSU53SNK-28" style="edgeLabel;html=1;align=center;verticalAlign=middle;resizable=0;points=[];" value="router.Publish" vertex="1">
          <mxGeometry relative="1" x="-0.43" y="3" as="geometry">
            <mxPoint x="-3" y="-13" as="offset" />
          </mxGeometry>
        </mxCell>
        <mxCell id="aaCrJ8Uj1jCCNSU53SNK-30" connectable="0" parent="aaCrJ8Uj1jCCNSU53SNK-28" style="edgeLabel;html=1;align=center;verticalAlign=middle;resizable=0;points=[];" value="pubsub.seenCache" vertex="1">
          <mxGeometry relative="1" x="0.5285" as="geometry">
            <mxPoint y="-48" as="offset" />
          </mxGeometry>
        </mxCell>
        <mxCell id="aaCrJ8Uj1jCCNSU53SNK-31" connectable="0" parent="aaCrJ8Uj1jCCNSU53SNK-28" style="edgeLabel;html=1;align=center;verticalAlign=middle;resizable=0;points=[];" value="router.mcache.put(topic,M)" vertex="1">
          <mxGeometry relative="1" x="0.5633" y="1" as="geometry">
            <mxPoint as="offset" />
          </mxGeometry>
        </mxCell>
        <mxCell id="aaCrJ8Uj1jCCNSU53SNK-26" parent="1" style="whiteSpace=wrap;html=1;aspect=fixed;dashed=1;dashPattern=8 8;" value="PeerA,PeerE" vertex="1">
          <mxGeometry height="80" width="80" x="1260" y="-1740" as="geometry" />
        </mxCell>
        <mxCell id="aaCrJ8Uj1jCCNSU53SNK-34" edge="1" parent="1" source="aaCrJ8Uj1jCCNSU53SNK-32" style="rounded=0;orthogonalLoop=1;jettySize=auto;html=1;entryX=0;entryY=0.5;entryDx=0;entryDy=0;" target="JNLnPToTuVG1JdSn8YhA-17">
          <mxGeometry relative="1" as="geometry" />
        </mxCell>
        <mxCell id="aaCrJ8Uj1jCCNSU53SNK-35" connectable="0" parent="aaCrJ8Uj1jCCNSU53SNK-34" style="edgeLabel;html=1;align=center;verticalAlign=middle;resizable=0;points=[];" value="IHAVE" vertex="1">
          <mxGeometry relative="1" x="-0.4211" y="2" as="geometry">
            <mxPoint as="offset" />
          </mxGeometry>
        </mxCell>
        <mxCell id="aaCrJ8Uj1jCCNSU53SNK-32" parent="1" style="whiteSpace=wrap;html=1;aspect=fixed;" value="&lt;div&gt;PeerF&lt;/div&gt;" vertex="1">
          <mxGeometry height="80" width="80" x="1380" y="-1600" as="geometry" />
        </mxCell>
        <mxCell id="aaCrJ8Uj1jCCNSU53SNK-39" edge="1" parent="1" source="aaCrJ8Uj1jCCNSU53SNK-36" style="rounded=0;orthogonalLoop=1;jettySize=auto;html=1;" target="aaCrJ8Uj1jCCNSU53SNK-26">
          <mxGeometry relative="1" as="geometry" />
        </mxCell>
        <mxCell id="aaCrJ8Uj1jCCNSU53SNK-40" edge="1" parent="1" source="aaCrJ8Uj1jCCNSU53SNK-36" style="rounded=0;orthogonalLoop=1;jettySize=auto;html=1;" target="aaCrJ8Uj1jCCNSU53SNK-32">
          <mxGeometry relative="1" as="geometry" />
        </mxCell>
        <mxCell id="aaCrJ8Uj1jCCNSU53SNK-36" parent="1" style="rounded=1;whiteSpace=wrap;html=1;" value="publish (topic,M)" vertex="1">
          <mxGeometry height="60" width="60" x="1390" y="-1730" as="geometry" />
        </mxCell>
+         <mxCell id="aaCrJ8Uj1jCCNSU53SNK-44" edge="1" parent="1" source="aaCrJ8Uj1jCCNSU53SNK-43" style="rounded=0;orthogonalLoop=1;jettySize=auto;html=1;" target="aaCrJ8Uj1jCCNSU53SNK-14">
+           <mxGeometry relative="1" as="geometry" />
+         </mxCell>
+         <mxCell id="aaCrJ8Uj1jCCNSU53SNK-43" parent="1" style="text;html=1;whiteSpace=wrap;strokeColor=none;fillColor=none;align=center;verticalAlign=middle;rounded=0;" value="random count" vertex="1">
+           <mxGeometry height="30" width="60" x="2160" y="-2080" as="geometry" />
+         </mxCell>
      </root>
    </mxGraphModel>
  </diagram>
</mxfile>
